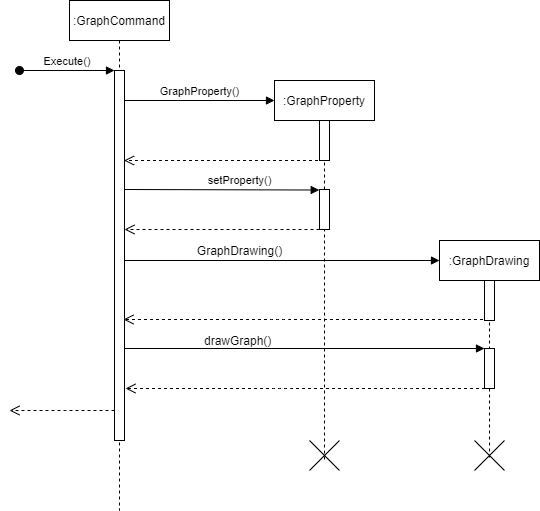
Earlier version of the draw.io export docs/diagrams/GraphSequenceDiagram.png (poonchuanan/tp). Source tidied: cells renumbered, new cells last; positions are measured from the earlier drawing's top-left corner, leaving out a move shared by most shapes. Source of this version:
```xml
<mxGraphModel>
  <root>
    <mxCell id="0" />
    <mxCell id="1" parent="0" />
    <mxCell id="2" value=":GraphCommand" style="shape=umlLifeline;perimeter=lifelinePerimeter;rounded=0;shadow=0;strokeWidth=1;" parent="1" vertex="1">
      <mxGeometry x="60" width="100" height="510" as="geometry" />
    </mxCell>
    <mxCell id="3" style="points=[];perimeter=orthogonalPerimeter;rounded=0;shadow=0;strokeWidth=1;" parent="2" vertex="1">
      <mxGeometry x="45" y="70" width="10" height="370" as="geometry" />
    </mxCell>
    <mxCell id="4" value="Execute()" style="verticalAlign=bottom;startArrow=oval;endArrow=block;startSize=8;shadow=0;strokeWidth=1;" parent="2" edge="1" target="3">
      <mxGeometry relative="1" as="geometry">
        <mxPoint x="-50" y="70" as="sourcePoint" />
      </mxGeometry>
    </mxCell>
    <mxCell id="5" value=":GraphProperty" style="shape=umlLifeline;perimeter=lifelinePerimeter;rounded=0;shadow=0;strokeWidth=1;" parent="1" vertex="1">
      <mxGeometry x="265" y="80" width="100" height="380" as="geometry" />
    </mxCell>
    <mxCell id="6" style="points=[];perimeter=orthogonalPerimeter;rounded=0;shadow=0;strokeWidth=1;" parent="5" vertex="1">
      <mxGeometry x="45" y="40" width="10" height="40" as="geometry" />
    </mxCell>
    <mxCell id="7" style="points=[];perimeter=orthogonalPerimeter;rounded=0;shadow=0;strokeWidth=1;" parent="5" vertex="1">
      <mxGeometry x="45" y="109" width="10" height="40" as="geometry" />
    </mxCell>
    <mxCell id="8" style="shape=umlDestroy;" parent="5" vertex="1">
      <mxGeometry x="35" y="360" width="30" height="30" as="geometry" />
    </mxCell>
    <mxCell id="9" value="GraphProperty()" style="html=1;verticalAlign=bottom;endArrow=block;" parent="1" edge="1" source="3">
      <mxGeometry relative="1" as="geometry">
        <mxPoint x="265" y="100" as="targetPoint" />
      </mxGeometry>
    </mxCell>
    <mxCell id="10" style="html=1;verticalAlign=bottom;endArrow=open;dashed=1;endSize=8;entryX=0.958;entryY=0.475;entryDx=0;entryDy=0;entryPerimeter=0;" parent="1" edge="1">
      <mxGeometry relative="1" as="geometry">
        <mxPoint x="314.5" y="160" as="sourcePoint" />
        <mxPoint x="114.6" y="160" as="targetPoint" />
      </mxGeometry>
    </mxCell>
    <mxCell id="11" value="setProperty()" style="html=1;verticalAlign=bottom;endArrow=block;exitX=1.003;exitY=0.175;exitDx=0;exitDy=0;exitPerimeter=0;entryX=-0.028;entryY=0.013;entryDx=0;entryDy=0;entryPerimeter=0;" parent="1" edge="1">
      <mxGeometry x="0.18" relative="1" as="geometry">
        <mxPoint x="115" y="189" as="sourcePoint" />
        <mxPoint x="309.7" y="189.5" as="targetPoint" />
      </mxGeometry>
    </mxCell>
    <mxCell id="12" style="html=1;verticalAlign=bottom;endArrow=open;dashed=1;endSize=8;" parent="1" edge="1">
      <mxGeometry relative="1" as="geometry">
        <mxPoint x="310" y="229" as="sourcePoint" />
        <mxPoint x="115" y="229" as="targetPoint" />
        <Array as="points">
          <mxPoint x="270" y="229" />
        </Array>
      </mxGeometry>
    </mxCell>
    <mxCell id="13" value=":GraphDrawing" style="shape=umlLifeline;perimeter=lifelinePerimeter;rounded=0;shadow=0;strokeWidth=1;" parent="1" vertex="1">
      <mxGeometry x="430" y="240" width="100" height="220" as="geometry" />
    </mxCell>
    <mxCell id="14" style="perimeter=orthogonalPerimeter;rounded=0;shadow=0;strokeWidth=1;" parent="13" vertex="1">
      <mxGeometry x="45" y="40" width="10" height="40" as="geometry" />
    </mxCell>
    <mxCell id="15" style="perimeter=orthogonalPerimeter;rounded=0;shadow=0;strokeWidth=1;" parent="13" vertex="1">
      <mxGeometry x="45" y="108" width="10" height="40" as="geometry" />
    </mxCell>
    <mxCell id="16" style="shape=umlDestroy;" parent="13" vertex="1">
      <mxGeometry x="35" y="200" width="30" height="30" as="geometry" />
    </mxCell>
    <mxCell id="17" style="html=1;verticalAlign=bottom;endArrow=block;" parent="1" edge="1" source="3">
      <mxGeometry x="0.18" relative="1" as="geometry">
        <mxPoint x="430" y="260" as="targetPoint" />
      </mxGeometry>
    </mxCell>
    <mxCell id="18" value="GraphDrawing()" style="text;html=1;align=center;verticalAlign=middle;" parent="1" vertex="1">
      <mxGeometry x="180" y="240" width="100" height="20" as="geometry" />
    </mxCell>
    <mxCell id="19" style="html=1;verticalAlign=bottom;endArrow=open;dashed=1;endSize=8;" parent="1" edge="1">
      <mxGeometry relative="1" as="geometry">
        <mxPoint x="473.5" y="319" as="sourcePoint" />
        <mxPoint x="114" y="319" as="targetPoint" />
        <Array as="points">
          <mxPoint x="269" y="319" />
        </Array>
      </mxGeometry>
    </mxCell>
    <mxCell id="20" style="html=1;verticalAlign=bottom;endArrow=block;" parent="1" edge="1" source="3">
      <mxGeometry x="0.18" relative="1" as="geometry">
        <mxPoint x="475" y="348" as="targetPoint" />
      </mxGeometry>
    </mxCell>
    <mxCell id="21" style="html=1;verticalAlign=bottom;endArrow=open;dashed=1;endSize=8;" parent="1" edge="1">
      <mxGeometry relative="1" as="geometry">
        <mxPoint x="475.5" y="388" as="sourcePoint" />
        <mxPoint x="116" y="388" as="targetPoint" />
        <Array as="points">
          <mxPoint x="392" y="388" />
          <mxPoint x="271" y="388" />
        </Array>
      </mxGeometry>
    </mxCell>
    <mxCell id="22" value="&lt;div style=&quot;text-align: center&quot;&gt;&lt;font face=&quot;helvetica&quot;&gt;drawGraph()&lt;/font&gt;&lt;/div&gt;" style="text;whiteSpace=wrap;html=1;" parent="1" vertex="1">
      <mxGeometry x="193" y="327" width="110" height="30" as="geometry" />
    </mxCell>
    <mxCell id="23" style="html=1;verticalAlign=bottom;endArrow=open;dashed=1;endSize=8;" parent="1" edge="1">
      <mxGeometry relative="1" as="geometry">
        <mxPoint x="105" y="410" as="sourcePoint" />
        <mxPoint y="410" as="targetPoint" />
        <Array as="points">
          <mxPoint x="66" y="410" />
        </Array>
      </mxGeometry>
    </mxCell>
  </root>
</mxGraphModel>
```
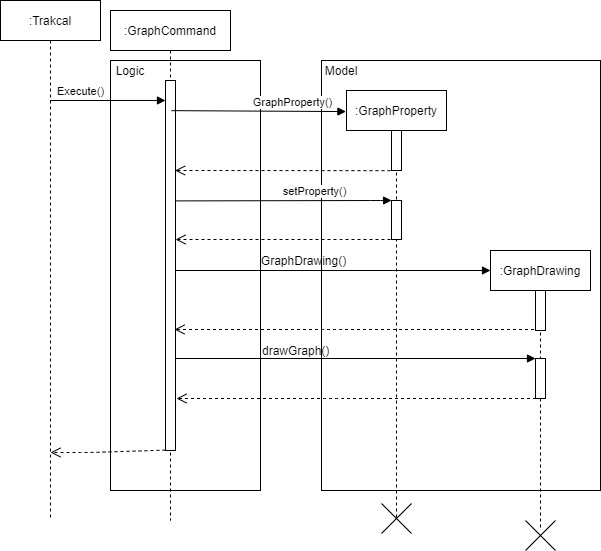
Later version of the same file.

Commit message:
update graph diagram

What changed in the source:
```diff
@@ -2,49 +2,39 @@
   <root>
     <mxCell id="0" />
     <mxCell id="1" parent="0" />
+    <mxCell id="24" style="rounded=0;whiteSpace=wrap;html=1;" parent="1" vertex="1">
+      <mxGeometry x="261" y="50" width="279" height="430" as="geometry" />
+    </mxCell>
+    <mxCell id="25" style="rounded=0;whiteSpace=wrap;html=1;" parent="1" vertex="1">
+      <mxGeometry x="50" y="50" width="150" height="430" as="geometry" />
+    </mxCell>
     <mxCell id="2" value=":GraphCommand" style="shape=umlLifeline;perimeter=lifelinePerimeter;rounded=0;shadow=0;strokeWidth=1;" parent="1" vertex="1">
-      <mxGeometry x="60" width="100" height="510" as="geometry" />
+      <mxGeometry x="50" width="120" height="510" as="geometry" />
     </mxCell>
     <mxCell id="3" style="points=[];perimeter=orthogonalPerimeter;rounded=0;shadow=0;strokeWidth=1;" parent="2" vertex="1">
-      <mxGeometry x="45" y="70" width="10" height="370" as="geometry" />
+      <mxGeometry x="55" y="70" width="10" height="370" as="geometry" />
     </mxCell>
-    <mxCell id="4" value="Execute()" style="verticalAlign=bottom;startArrow=oval;endArrow=block;startSize=8;shadow=0;strokeWidth=1;" parent="2" edge="1" target="3">
-      <mxGeometry relative="1" as="geometry">
-        <mxPoint x="-50" y="70" as="sourcePoint" />
-      </mxGeometry>
-    </mxCell>
-    <mxCell id="5" value=":GraphProperty" style="shape=umlLifeline;perimeter=lifelinePerimeter;rounded=0;shadow=0;strokeWidth=1;" parent="1" vertex="1">
-      <mxGeometry x="265" y="80" width="100" height="380" as="geometry" />
-    </mxCell>
-    <mxCell id="6" style="points=[];perimeter=orthogonalPerimeter;rounded=0;shadow=0;strokeWidth=1;" parent="5" vertex="1">
-      <mxGeometry x="45" y="40" width="10" height="40" as="geometry" />
-    </mxCell>
-    <mxCell id="7" style="points=[];perimeter=orthogonalPerimeter;rounded=0;shadow=0;strokeWidth=1;" parent="5" vertex="1">
-      <mxGeometry x="45" y="109" width="10" height="40" as="geometry" />
-    </mxCell>
-    <mxCell id="8" style="shape=umlDestroy;" parent="5" vertex="1">
-      <mxGeometry x="35" y="360" width="30" height="30" as="geometry" />
-    </mxCell>
-    <mxCell id="9" value="GraphProperty()" style="html=1;verticalAlign=bottom;endArrow=block;" parent="1" edge="1" source="3">
-      <mxGeometry relative="1" as="geometry">
-        <mxPoint x="265" y="100" as="targetPoint" />
+    <mxCell id="9" value="GraphProperty()" style="html=1;verticalAlign=bottom;endArrow=block;entryX=-0.006;entryY=0.049;entryDx=0;entryDy=0;entryPerimeter=0;" parent="1" edge="1" target="5">
+      <mxGeometry x="0.39" relative="1" as="geometry">
+        <mxPoint x="111" y="100.1" as="sourcePoint" />
       </mxGeometry>
     </mxCell>
-    <mxCell id="10" style="html=1;verticalAlign=bottom;endArrow=open;dashed=1;endSize=8;entryX=0.958;entryY=0.475;entryDx=0;entryDy=0;entryPerimeter=0;" parent="1" edge="1">
+    <mxCell id="10" style="html=1;verticalAlign=bottom;endArrow=open;dashed=1;endSize=8;entryX=0.958;entryY=0.475;entryDx=0;entryDy=0;entryPerimeter=0;exitX=-0.103;exitY=1.004;exitDx=0;exitDy=0;exitPerimeter=0;" parent="1" edge="1" source="6">
       <mxGeometry relative="1" as="geometry">
-        <mxPoint x="314.5" y="160" as="sourcePoint" />
         <mxPoint x="114.6" y="160" as="targetPoint" />
       </mxGeometry>
     </mxCell>
-    <mxCell id="11" value="setProperty()" style="html=1;verticalAlign=bottom;endArrow=block;exitX=1.003;exitY=0.175;exitDx=0;exitDy=0;exitPerimeter=0;entryX=-0.028;entryY=0.013;entryDx=0;entryDy=0;entryPerimeter=0;" parent="1" edge="1">
-      <mxGeometry x="0.18" relative="1" as="geometry">
-        <mxPoint x="115" y="189" as="sourcePoint" />
-        <mxPoint x="309.7" y="189.5" as="targetPoint" />
+    <mxCell id="11" value="setProperty()" style="html=1;verticalAlign=bottom;endArrow=block;exitX=1.023;exitY=0.32;exitDx=0;exitDy=0;exitPerimeter=0;entryX=0.007;entryY=-0.001;entryDx=0;entryDy=0;entryPerimeter=0;" parent="1" edge="1" target="7">
+      <mxGeometry x="0.28" relative="1" as="geometry">
+        <mxPoint x="115.2" y="190.4" as="sourcePoint" />
+        <Array as="points">
+          <mxPoint x="320" y="190" />
+        </Array>
       </mxGeometry>
     </mxCell>
     <mxCell id="12" style="html=1;verticalAlign=bottom;endArrow=open;dashed=1;endSize=8;" parent="1" edge="1">
       <mxGeometry relative="1" as="geometry">
-        <mxPoint x="310" y="229" as="sourcePoint" />
+        <mxPoint x="330" y="229" as="sourcePoint" />
         <mxPoint x="115" y="229" as="targetPoint" />
         <Array as="points">
           <mxPoint x="270" y="229" />
@@ -52,7 +42,7 @@
       </mxGeometry>
     </mxCell>
     <mxCell id="13" value=":GraphDrawing" style="shape=umlLifeline;perimeter=lifelinePerimeter;rounded=0;shadow=0;strokeWidth=1;" parent="1" vertex="1">
-      <mxGeometry x="430" y="240" width="100" height="220" as="geometry" />
+      <mxGeometry x="430" y="240" width="100" height="280" as="geometry" />
     </mxCell>
     <mxCell id="14" style="perimeter=orthogonalPerimeter;rounded=0;shadow=0;strokeWidth=1;" parent="13" vertex="1">
       <mxGeometry x="45" y="40" width="10" height="40" as="geometry" />
@@ -60,16 +50,13 @@
     <mxCell id="15" style="perimeter=orthogonalPerimeter;rounded=0;shadow=0;strokeWidth=1;" parent="13" vertex="1">
       <mxGeometry x="45" y="108" width="10" height="40" as="geometry" />
     </mxCell>
-    <mxCell id="16" style="shape=umlDestroy;" parent="13" vertex="1">
-      <mxGeometry x="35" y="200" width="30" height="30" as="geometry" />
-    </mxCell>
     <mxCell id="17" style="html=1;verticalAlign=bottom;endArrow=block;" parent="1" edge="1" source="3">
       <mxGeometry x="0.18" relative="1" as="geometry">
         <mxPoint x="430" y="260" as="targetPoint" />
       </mxGeometry>
     </mxCell>
     <mxCell id="18" value="GraphDrawing()" style="text;html=1;align=center;verticalAlign=middle;" parent="1" vertex="1">
-      <mxGeometry x="180" y="240" width="100" height="20" as="geometry" />
+      <mxGeometry x="193" y="240" width="100" height="20" as="geometry" />
     </mxCell>
     <mxCell id="19" style="html=1;verticalAlign=bottom;endArrow=open;dashed=1;endSize=8;" parent="1" edge="1">
       <mxGeometry relative="1" as="geometry">
@@ -96,16 +83,42 @@
       </mxGeometry>
     </mxCell>
     <mxCell id="22" value="&lt;div style=&quot;text-align: center&quot;&gt;&lt;font face=&quot;helvetica&quot;&gt;drawGraph()&lt;/font&gt;&lt;/div&gt;" style="text;whiteSpace=wrap;html=1;" parent="1" vertex="1">
-      <mxGeometry x="193" y="327" width="110" height="30" as="geometry" />
+      <mxGeometry x="200" y="327" width="110" height="30" as="geometry" />
     </mxCell>
-    <mxCell id="23" style="html=1;verticalAlign=bottom;endArrow=open;dashed=1;endSize=8;" parent="1" edge="1">
+    <mxCell id="23" style="html=1;verticalAlign=bottom;endArrow=open;dashed=1;endSize=8;exitX=-0.003;exitY=0.999;exitDx=0;exitDy=0;exitPerimeter=0;" parent="1" edge="1" source="3">
       <mxGeometry relative="1" as="geometry">
-        <mxPoint x="105" y="410" as="sourcePoint" />
-        <mxPoint y="410" as="targetPoint" />
+        <mxPoint x="-10" y="442" as="targetPoint" />
         <Array as="points">
-          <mxPoint x="66" y="410" />
+          <mxPoint x="30" y="442" />
         </Array>
       </mxGeometry>
     </mxCell>
+    <mxCell id="26" value=":Trakcal" style="shape=umlLifeline;perimeter=lifelinePerimeter;whiteSpace=wrap;html=1;outlineConnect=0;" parent="1" vertex="1">
+      <mxGeometry x="-60" y="-10" width="100" height="520" as="geometry" />
+    </mxCell>
+    <mxCell id="4" value="Execute()" style="html=1;verticalAlign=bottom;endArrow=block;entryX=-0.003;entryY=0.054;entryDx=0;entryDy=0;entryPerimeter=0;" parent="1" edge="1" source="26" target="3">
+      <mxGeometry x="-0.48" relative="1" as="geometry" />
+    </mxCell>
+    <mxCell id="27" value="Logic" style="text;html=1;strokeColor=none;fillColor=none;align=center;verticalAlign=middle;whiteSpace=wrap;rounded=0;" parent="1" vertex="1">
+      <mxGeometry x="50" y="50" width="40" height="20" as="geometry" />
+    </mxCell>
+    <mxCell id="5" value=":GraphProperty" style="shape=umlLifeline;perimeter=lifelinePerimeter;rounded=0;shadow=0;strokeWidth=1;" parent="1" vertex="1">
+      <mxGeometry x="286" y="80" width="100" height="430" as="geometry" />
+    </mxCell>
+    <mxCell id="6" style="points=[];perimeter=orthogonalPerimeter;rounded=0;shadow=0;strokeWidth=1;" parent="5" vertex="1">
+      <mxGeometry x="45" y="40" width="10" height="40" as="geometry" />
+    </mxCell>
+    <mxCell id="7" style="points=[];perimeter=orthogonalPerimeter;rounded=0;shadow=0;strokeWidth=1;" parent="5" vertex="1">
+      <mxGeometry x="45" y="110" width="10" height="39" as="geometry" />
+    </mxCell>
+    <mxCell id="8" style="shape=umlDestroy;" parent="5" vertex="1">
+      <mxGeometry x="35" y="413" width="30" height="30" as="geometry" />
+    </mxCell>
+    <mxCell id="16" style="shape=umlDestroy;" parent="1" vertex="1">
+      <mxGeometry x="465" y="510" width="30" height="30" as="geometry" />
+    </mxCell>
+    <mxCell id="28" value="Model" style="text;html=1;strokeColor=none;fillColor=none;align=center;verticalAlign=middle;whiteSpace=wrap;rounded=0;" parent="1" vertex="1">
+      <mxGeometry x="261" y="50" width="40" height="20" as="geometry" />
+    </mxCell>
   </root>
 </mxGraphModel>
```
